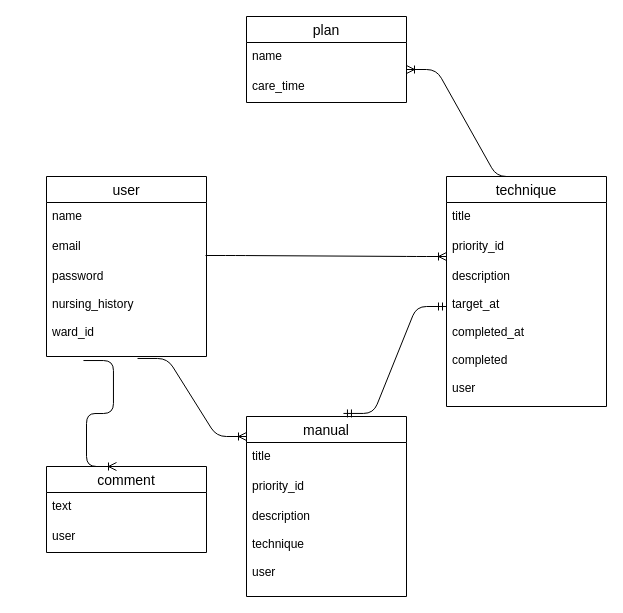
mitsugu-kawaguchi/nurseapp-32473 keeps this draw.io diagram as test.dio. Above is the earlier version. Source tidied: cells renumbered, new cells numbered last; positions are measured from the earlier drawing's top-left corner, leaving out a move shared by most shapes. Both pictures are drawn from the tidied source at 100%, with x=0, y=0 at pixel (46, 16).
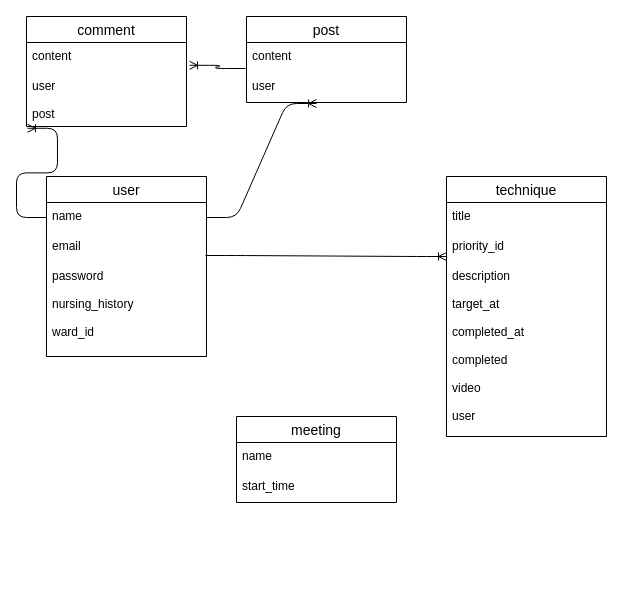
Above is the later version.

The change refers to these unchanged cells:
```xml
<mxCell id="3" value="name" style="text;strokeColor=none;fillColor=none;spacingLeft=4;spacingRight=4;overflow=hidden;points=[[0,0.5],[1,0.5]];portConstraint=eastwest;fontSize=12;" parent="2" vertex="1">
  <mxGeometry y="26" width="160" height="30" as="geometry" />
</mxCell>
<mxCell id="5" value="password&#10;&#10;nursing_history&#10;&#10;ward_id" style="text;strokeColor=none;fillColor=none;spacingLeft=4;spacingRight=4;overflow=hidden;points=[[0,0.5],[1,0.5]];portConstraint=eastwest;fontSize=12;" parent="2" vertex="1">
  <mxGeometry y="86" width="160" height="94" as="geometry" />
</mxCell>
```

The edit, as a diff of the source:
```diff
@@
-    <mxCell id="6" value="plan" style="swimlane;fontStyle=0;horizontal=1;startSize=26;align=center;fontSize=14;" parent="1" vertex="1">
+    <mxCell id="6" value="post" style="swimlane;fontStyle=0;horizontal=1;startSize=26;align=center;fontSize=14;" parent="1" vertex="1">
       <mxGeometry x="200" width="160" height="86" as="geometry" />
     </mxCell>
-    <mxCell id="7" value="name" style="text;strokeColor=none;fillColor=none;spacingLeft=4;spacingRight=4;overflow=hidden;fontSize=12;" parent="6" vertex="1">
+    <mxCell id="7" value="content" style="text;strokeColor=none;fillColor=none;spacingLeft=4;spacingRight=4;overflow=hidden;fontSize=12;" parent="6" vertex="1">
       <mxGeometry y="26" width="160" height="30" as="geometry" />
     </mxCell>
-    <mxCell id="8" value="care_time" style="text;strokeColor=none;fillColor=none;spacingLeft=4;spacingRight=4;overflow=hidden;points=[[0,0.5],[1,0.5]];portConstraint=eastwest;fontSize=12;" parent="6" vertex="1">
+    <mxCell id="8" value="user" style="text;strokeColor=none;fillColor=none;spacingLeft=4;spacingRight=4;overflow=hidden;points=[[0,0.5],[1,0.5]];portConstraint=eastwest;fontSize=12;" parent="6" vertex="1">
       <mxGeometry y="56" width="160" height="30" as="geometry" />
     </mxCell>
-    <mxCell id="9" value="manual" style="swimlane;fontStyle=0;horizontal=1;startSize=26;align=center;fontSize=14;" parent="1" vertex="1">
-      <mxGeometry x="200" y="400" width="160" height="180" as="geometry" />
+    <mxCell id="9" value="meeting" style="swimlane;fontStyle=0;horizontal=1;startSize=26;align=center;fontSize=14;" parent="1" vertex="1">
+      <mxGeometry x="190" y="400" width="160" height="86" as="geometry" />
     </mxCell>
-    <mxCell id="10" value="title" style="text;strokeColor=none;fillColor=none;spacingLeft=4;spacingRight=4;overflow=hidden;fontSize=12;" parent="9" vertex="1">
+    <mxCell id="10" value="name" style="text;strokeColor=none;fillColor=none;spacingLeft=4;spacingRight=4;overflow=hidden;fontSize=12;" parent="9" vertex="1">
       <mxGeometry y="26" width="160" height="30" as="geometry" />
     </mxCell>
-    <mxCell id="11" value="priority_id" style="text;strokeColor=none;fillColor=none;spacingLeft=4;spacingRight=4;overflow=hidden;fontSize=12;" parent="9" vertex="1">
+    <mxCell id="11" value="start_time" style="text;strokeColor=none;fillColor=none;spacingLeft=4;spacingRight=4;overflow=hidden;fontSize=12;" parent="9" vertex="1">
       <mxGeometry y="56" width="160" height="30" as="geometry" />
     </mxCell>
-    <mxCell id="12" value="description&#10;&#10;technique&#10;&#10;user" style="text;strokeColor=none;fillColor=none;spacingLeft=4;spacingRight=4;overflow=hidden;fontSize=12;" parent="9" vertex="1">
-      <mxGeometry y="86" width="160" height="94" as="geometry" />
-    </mxCell>
     <mxCell id="13" value="technique" style="swimlane;fontStyle=0;horizontal=1;startSize=26;align=center;fontSize=14;" parent="1" vertex="1">
-      <mxGeometry x="400" y="160" width="160" height="230" as="geometry" />
+      <mxGeometry x="400" y="160" width="160" height="260" as="geometry" />
     </mxCell>
@@
-    <mxCell id="16" value="description&#10;&#10;target_at&#10;&#10;completed_at&#10;&#10;completed&#10;&#10;user" style="text;strokeColor=none;fillColor=none;spacingLeft=4;spacingRight=4;overflow=hidden;fontSize=12;" parent="13" vertex="1">
-      <mxGeometry y="86" width="160" height="144" as="geometry" />
+    <mxCell id="16" value="description&#10;&#10;target_at&#10;&#10;completed_at&#10;&#10;completed&#10;&#10;video&#10;&#10;user" style="text;strokeColor=none;fillColor=none;spacingLeft=4;spacingRight=4;overflow=hidden;fontSize=12;" parent="13" vertex="1">
+      <mxGeometry y="86" width="160" height="174" as="geometry" />
     </mxCell>
@@
-    <mxCell id="18" style="edgeStyle=entityRelationEdgeStyle;fontSize=12;html=1;endArrow=ERoneToMany;exitX=0.5;exitY=0;exitDx=0;exitDy=0;entryX=1;entryY=-0.1;entryDx=0;entryDy=0;entryPerimeter=0;" parent="1" edge="1" source="13" target="8">
+    <mxCell id="18" style="edgeStyle=entityRelationEdgeStyle;fontSize=12;html=1;endArrow=ERoneToMany;exitX=-0.006;exitY=-0.133;exitDx=0;exitDy=0;entryX=1.019;entryY=-0.133;entryDx=0;entryDy=0;entryPerimeter=0;exitPerimeter=0;" parent="1" edge="1" source="8" target="23">
       <mxGeometry relative="1" as="geometry" />
     </mxCell>
-    <mxCell id="19" style="edgeStyle=entityRelationEdgeStyle;fontSize=12;html=1;endArrow=ERoneToMany;exitX=0.569;exitY=1.021;exitDx=0;exitDy=0;exitPerimeter=0;" parent="1" edge="1" source="5">
-      <mxGeometry relative="1" as="geometry">
-        <mxPoint x="200" y="420" as="targetPoint" />
-      </mxGeometry>
+    <mxCell id="19" style="edgeStyle=entityRelationEdgeStyle;fontSize=12;html=1;endArrow=ERoneToMany;exitX=1;exitY=0.5;exitDx=0;exitDy=0;entryX=0.438;entryY=1.033;entryDx=0;entryDy=0;entryPerimeter=0;" parent="1" edge="1" source="3" target="8">
+      <mxGeometry relative="1" as="geometry" />
     </mxCell>
-    <mxCell id="20" style="edgeStyle=entityRelationEdgeStyle;fontSize=12;html=1;endArrow=ERmandOne;startArrow=ERmandOne;exitX=0.606;exitY=-0.017;exitDx=0;exitDy=0;exitPerimeter=0;" parent="1" edge="1" source="9">
-      <mxGeometry relative="1" as="geometry">
-        <mxPoint x="400" y="290" as="targetPoint" />
-      </mxGeometry>
-    </mxCell>
     <mxCell id="21" value="comment" style="swimlane;fontStyle=0;horizontal=1;startSize=26;align=center;fontSize=14;" parent="1" vertex="1">
-      <mxGeometry y="450" width="160" height="86" as="geometry" />
+      <mxGeometry x="-20" width="160" height="110" as="geometry" />
     </mxCell>
-    <mxCell id="22" value="text" style="text;strokeColor=none;fillColor=none;spacingLeft=4;spacingRight=4;overflow=hidden;fontSize=12;" parent="21" vertex="1">
+    <mxCell id="22" value="content" style="text;strokeColor=none;fillColor=none;spacingLeft=4;spacingRight=4;overflow=hidden;fontSize=12;" parent="21" vertex="1">
       <mxGeometry y="26" width="160" height="30" as="geometry" />
     </mxCell>
-    <mxCell id="23" value="user" style="text;strokeColor=none;fillColor=none;spacingLeft=4;spacingRight=4;overflow=hidden;points=[[0,0.5],[1,0.5]];portConstraint=eastwest;fontSize=12;" parent="21" vertex="1">
-      <mxGeometry y="56" width="160" height="30" as="geometry" />
+    <mxCell id="23" value="user&#10;&#10;post" style="text;strokeColor=none;fillColor=none;spacingLeft=4;spacingRight=4;overflow=hidden;points=[[0,0.5],[1,0.5]];portConstraint=eastwest;fontSize=12;" parent="21" vertex="1">
+      <mxGeometry y="56" width="160" height="54" as="geometry" />
     </mxCell>
-    <mxCell id="24" style="edgeStyle=entityRelationEdgeStyle;fontSize=12;html=1;endArrow=ERoneToMany;exitX=0.231;exitY=1.043;exitDx=0;exitDy=0;exitPerimeter=0;" parent="1" edge="1" source="5">
-      <mxGeometry relative="1" as="geometry">
-        <mxPoint x="70" y="450" as="targetPoint" />
-      </mxGeometry>
+    <mxCell id="24" style="edgeStyle=entityRelationEdgeStyle;fontSize=12;html=1;endArrow=ERoneToMany;exitX=0;exitY=0.5;exitDx=0;exitDy=0;entryX=0.006;entryY=1.033;entryDx=0;entryDy=0;entryPerimeter=0;" parent="1" edge="1" source="3" target="23">
+      <mxGeometry relative="1" as="geometry" />
     </mxCell>
```
